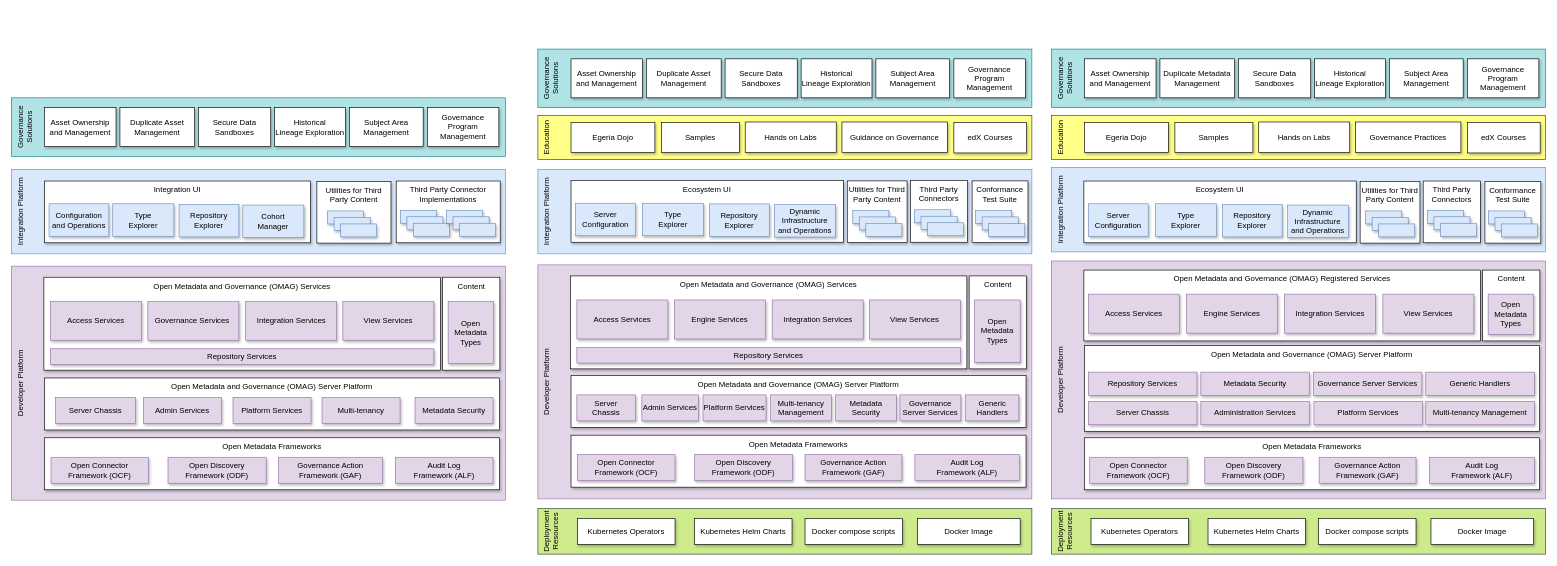
The draw.io diagram page "functional-organization" (4 of 24) of site/docs/release-notes/egeria-status.drawio in odpi/egeria-docs, before the edit. Source tidied: cells renumbered, new cells numbered last; positions are measured from the earlier drawing's top-left corner, leaving out a move shared by most shapes. Both pictures are drawn from the tidied source at 65%, with x=0, y=0 at pixel (11, 49).
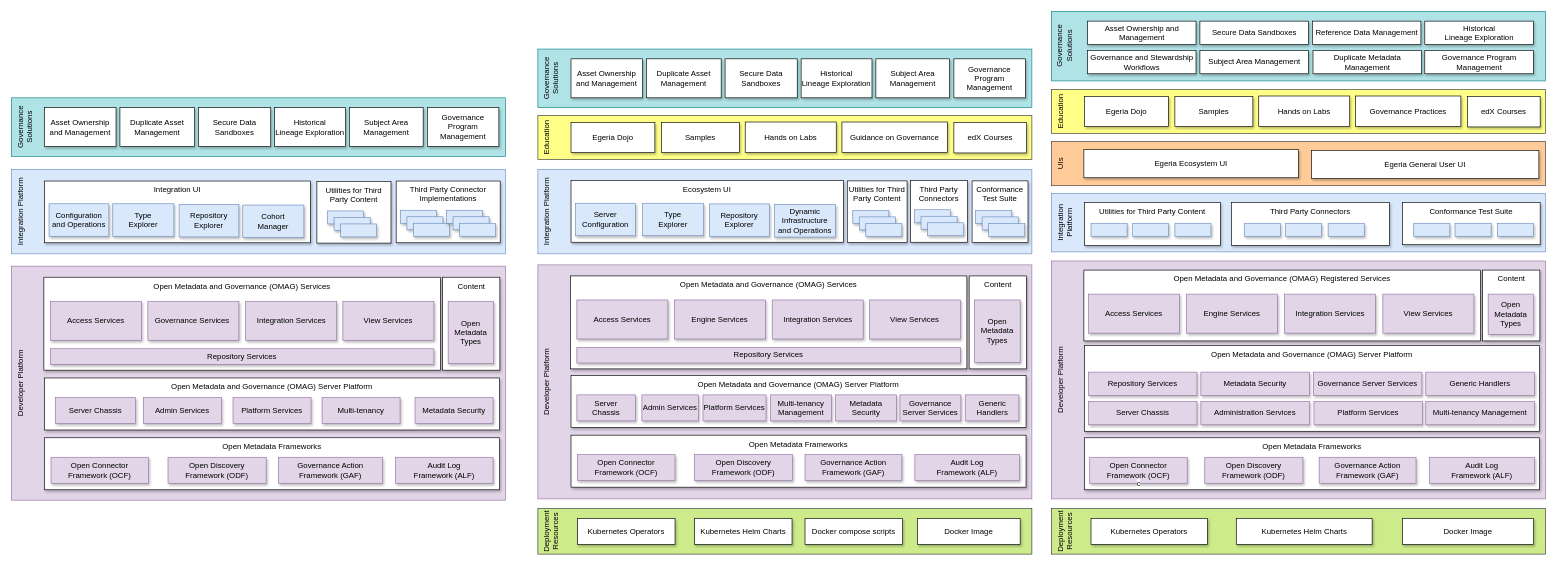
After the change.

The change refers to these unchanged cells:
```xml
<mxCell id="110" value="Open Connector&lt;br&gt;Framework (OCF)" style="rounded=0;whiteSpace=wrap;html=1;align=center;shadow=1;fillColor=#e1d5e7;strokeColor=#9673a6;" parent="1" vertex="1">
  <mxGeometry x="1659" y="628" width="150" height="40" as="geometry" />
</mxCell>
```

The edit, as a diff of the source:
```diff
@@
     <mxCell id="108" value="Education" style="rounded=0;whiteSpace=wrap;html=1;horizontal=0;verticalAlign=top;fillColor=#ffff88;strokeColor=#36393d;" parent="1" vertex="1">
-      <mxGeometry x="1600" y="102" width="760" height="68" as="geometry" />
+      <mxGeometry x="1600" y="62" width="760" height="68" as="geometry" />
     </mxCell>
@@
-    <mxCell id="116" style="edgeStyle=orthogonalEdgeStyle;rounded=0;orthogonalLoop=1;jettySize=auto;html=1;exitX=0.5;exitY=1;exitDx=0;exitDy=0;shadow=1;fillColor=#e1d5e7;strokeColor=#9673a6;" parent="1" edge="1" source="110" target="110">
+    <mxCell id="116" value="c" style="edgeStyle=orthogonalEdgeStyle;rounded=0;orthogonalLoop=1;jettySize=auto;html=1;exitX=0.5;exitY=1;exitDx=0;exitDy=0;shadow=1;fillColor=#e1d5e7;strokeColor=#9673a6;" parent="1" edge="1" source="110" target="110">
       <mxGeometry relative="1" as="geometry" />
     </mxCell>
@@
-    <mxCell id="119" value="Integration Platform" style="rounded=0;whiteSpace=wrap;html=1;horizontal=0;verticalAlign=top;fillColor=#dae8fc;strokeColor=#6c8ebf;" parent="1" vertex="1">
-      <mxGeometry x="1600" y="182" width="760" height="130" as="geometry" />
+    <mxCell id="119" value="Integration&lt;br&gt;Platform" style="rounded=0;whiteSpace=wrap;html=1;horizontal=0;verticalAlign=top;fillColor=#dae8fc;strokeColor=#6c8ebf;" parent="1" vertex="1">
+      <mxGeometry x="1600" y="222" width="760" height="90" as="geometry" />
     </mxCell>
@@
     <mxCell id="124" value="Kubernetes Operators" style="rounded=0;whiteSpace=wrap;html=1;align=center;shadow=1;" parent="1" vertex="1">
-      <mxGeometry x="1661" y="722" width="150" height="40" as="geometry" />
+      <mxGeometry x="1661" y="722" width="179" height="40" as="geometry" />
     </mxCell>
     <mxCell id="125" value="Kubernetes Helm Charts" style="rounded=0;whiteSpace=wrap;html=1;align=center;shadow=1;" parent="1" vertex="1">
-      <mxGeometry x="1841" y="722" width="150" height="40" as="geometry" />
+      <mxGeometry x="1884.5" y="722" width="209" height="40" as="geometry" />
     </mxCell>
     <mxCell id="126" value="Docker Image" style="rounded=0;whiteSpace=wrap;html=1;align=center;shadow=1;" parent="1" vertex="1">
-      <mxGeometry x="2184" y="722" width="158" height="40" as="geometry" />
+      <mxGeometry x="2140" y="722" width="202" height="40" as="geometry" />
     </mxCell>
-    <mxCell id="127" value="Docker compose scripts" style="rounded=0;whiteSpace=wrap;html=1;align=center;shadow=1;" parent="1" vertex="1">
-      <mxGeometry x="2011" y="722" width="150" height="40" as="geometry" />
-    </mxCell>
     <mxCell id="128" value="Governance Solutions" style="rounded=0;whiteSpace=wrap;html=1;horizontal=0;verticalAlign=top;fillColor=#b0e3e6;strokeColor=#0e8088;" parent="1" vertex="1">
-      <mxGeometry x="1600" width="760" height="90" as="geometry" />
+      <mxGeometry x="1600" y="-58" width="760" height="107" as="geometry" />
     </mxCell>
-    <mxCell id="129" value="Duplicate Metadata Management" style="rounded=0;whiteSpace=wrap;html=1;align=center;flipH=0;shadow=1;" parent="1" vertex="1">
-      <mxGeometry x="1767" y="15" width="115" height="60" as="geometry" />
-    </mxCell>
-    <mxCell id="130" value="Asset Ownership and Management" style="rounded=0;whiteSpace=wrap;html=1;align=center;flipH=0;shadow=1;" parent="1" vertex="1">
-      <mxGeometry x="1651" y="15" width="110" height="60" as="geometry" />
-    </mxCell>
-    <mxCell id="131" value="Historical&lt;br&gt;Lineage Exploration" style="rounded=0;whiteSpace=wrap;html=1;align=center;flipH=0;shadow=1;" parent="1" vertex="1">
-      <mxGeometry x="2005" y="15" width="109" height="60" as="geometry" />
-    </mxCell>
-    <mxCell id="132" value="Subject Area Management" style="rounded=0;whiteSpace=wrap;html=1;align=center;flipH=0;shadow=1;" parent="1" vertex="1">
-      <mxGeometry x="2120" y="15" width="113.5" height="60" as="geometry" />
-    </mxCell>
-    <mxCell id="133" value="Governance Program Management" style="rounded=0;whiteSpace=wrap;html=1;align=center;flipH=0;shadow=1;" parent="1" vertex="1">
-      <mxGeometry x="2240" y="15" width="110" height="60" as="geometry" />
-    </mxCell>
-    <mxCell id="134" value="Secure Data Sandboxes" style="rounded=0;whiteSpace=wrap;html=1;align=center;flipH=0;shadow=1;" parent="1" vertex="1">
-      <mxGeometry x="1888" y="15" width="111" height="60" as="geometry" />
-    </mxCell>
     <mxCell id="135" value="Hands on Labs" style="rounded=0;whiteSpace=wrap;html=1;align=center;flipH=0;shadow=1;" parent="1" vertex="1">
-      <mxGeometry x="1919" y="112.2" width="140" height="47" as="geometry" />
+      <mxGeometry x="1919" y="72.2" width="140" height="47" as="geometry" />
     </mxCell>
     <mxCell id="136" value="Egeria Dojo" style="rounded=0;whiteSpace=wrap;html=1;align=center;flipH=0;shadow=1;" parent="1" vertex="1">
-      <mxGeometry x="1651" y="113.2" width="129" height="46" as="geometry" />
+      <mxGeometry x="1651" y="73.2" width="129" height="46" as="geometry" />
     </mxCell>
     <mxCell id="137" value="Governance Practices" style="rounded=0;whiteSpace=wrap;html=1;align=center;flipH=0;shadow=1;" parent="1" vertex="1">
-      <mxGeometry x="2067.8" y="112.2" width="162.2" height="47" as="geometry" />
+      <mxGeometry x="2067.8" y="72.2" width="162.2" height="47" as="geometry" />
     </mxCell>
     <mxCell id="138" value="edX Courses" style="rounded=0;whiteSpace=wrap;html=1;align=center;flipH=0;shadow=1;" parent="1" vertex="1">
-      <mxGeometry x="2240" y="112.8" width="112" height="47" as="geometry" />
+      <mxGeometry x="2240" y="72.8" width="112" height="47" as="geometry" />
     </mxCell>
     <mxCell id="139" value="Samples" style="rounded=0;whiteSpace=wrap;html=1;align=center;flipH=0;shadow=1;" parent="1" vertex="1">
-      <mxGeometry x="1790" y="113.2" width="120" height="46" as="geometry" />
+      <mxGeometry x="1790" y="73.2" width="120" height="46" as="geometry" />
     </mxCell>
-    <mxCell id="140" value="Ecosystem UI" style="rounded=0;whiteSpace=wrap;html=1;align=center;verticalAlign=top;shadow=1;" parent="1" vertex="1">
-      <mxGeometry x="1650" y="203" width="419" height="95" as="geometry" />
-    </mxCell>
-    <mxCell id="141" value="Third Party&lt;br&gt;Connectors" style="rounded=0;whiteSpace=wrap;html=1;align=center;verticalAlign=top;shadow=1;" parent="1" vertex="1">
-      <mxGeometry x="2172" y="203" width="88" height="95" as="geometry" />
+    <mxCell id="141" value="Third Party Connectors" style="rounded=0;whiteSpace=wrap;html=1;align=center;verticalAlign=top;shadow=1;" parent="1" vertex="1">
+      <mxGeometry x="1877" y="235.8" width="243" height="66.2" as="geometry" />
     </mxCell>
-    <mxCell id="142" value="Repository&lt;br&gt;Explorer" style="rounded=0;whiteSpace=wrap;html=1;align=center;fillColor=#dae8fc;strokeColor=#6c8ebf;shadow=1;" parent="1" vertex="1">
-      <mxGeometry x="1863" y="239" width="92" height="50" as="geometry" />
-    </mxCell>
-    <mxCell id="143" value="Type&lt;br&gt;Explorer" style="rounded=0;whiteSpace=wrap;html=1;align=center;fillColor=#dae8fc;strokeColor=#6c8ebf;shadow=1;" parent="1" vertex="1">
-      <mxGeometry x="1760" y="238" width="94" height="50" as="geometry" />
-    </mxCell>
-    <mxCell id="144" value="Dynamic&lt;br&gt;Infrastructure and Operations" style="rounded=0;whiteSpace=wrap;html=1;align=center;fillColor=#dae8fc;strokeColor=#6c8ebf;shadow=1;" parent="1" vertex="1">
-      <mxGeometry x="1963" y="240" width="94" height="50" as="geometry" />
-    </mxCell>
-    <mxCell id="145" style="rounded=0;whiteSpace=wrap;html=1;align=center;fillColor=#dae8fc;strokeColor=#6c8ebf;shadow=1;" parent="1" vertex="1">
-      <mxGeometry x="2178.5" y="248" width="55.5" height="20" as="geometry" />
-    </mxCell>
-    <mxCell id="146" style="rounded=0;whiteSpace=wrap;html=1;align=center;fillColor=#dae8fc;strokeColor=#6c8ebf;shadow=1;" parent="1" vertex="1">
-      <mxGeometry x="2188.5" y="258" width="55.5" height="20" as="geometry" />
-    </mxCell>
-    <mxCell id="147" style="rounded=0;whiteSpace=wrap;html=1;align=center;fillColor=#dae8fc;strokeColor=#6c8ebf;shadow=1;" parent="1" vertex="1">
-      <mxGeometry x="2198.5" y="268" width="55.5" height="20" as="geometry" />
-    </mxCell>
-    <mxCell id="148" value="Server&lt;br&gt;Configuration" style="rounded=0;whiteSpace=wrap;html=1;align=center;fillColor=#dae8fc;strokeColor=#6c8ebf;shadow=1;" parent="1" vertex="1">
-      <mxGeometry x="1657" y="238" width="92" height="50" as="geometry" />
-    </mxCell>
     <mxCell id="149" value="Utilities for Third Party Content" style="rounded=0;whiteSpace=wrap;html=1;align=center;verticalAlign=top;shadow=1;" parent="1" vertex="1">
-      <mxGeometry x="2075" y="203.5" width="92" height="95" as="geometry" />
+      <mxGeometry x="1651" y="235.8" width="209" height="66.5" as="geometry" />
     </mxCell>
     <mxCell id="150" style="rounded=0;whiteSpace=wrap;html=1;align=center;fillColor=#dae8fc;strokeColor=#6c8ebf;shadow=1;" parent="1" vertex="1">
-      <mxGeometry x="2083.5" y="249" width="55.5" height="20" as="geometry" />
+      <mxGeometry x="1724.5" y="268" width="55.5" height="20" as="geometry" />
     </mxCell>
     <mxCell id="151" style="rounded=0;whiteSpace=wrap;html=1;align=center;fillColor=#dae8fc;strokeColor=#6c8ebf;shadow=1;" parent="1" vertex="1">
-      <mxGeometry x="2093.5" y="259" width="55.5" height="20" as="geometry" />
+      <mxGeometry x="1790" y="268" width="55.5" height="20" as="geometry" />
     </mxCell>
     <mxCell id="152" style="rounded=0;whiteSpace=wrap;html=1;align=center;fillColor=#dae8fc;strokeColor=#6c8ebf;shadow=1;" parent="1" vertex="1">
-      <mxGeometry x="2103.5" y="269" width="55.5" height="20" as="geometry" />
+      <mxGeometry x="1661" y="268" width="55.5" height="20" as="geometry" />
     </mxCell>
-    <mxCell id="153" value="Conformance&lt;br&gt;Test Suite" style="rounded=0;whiteSpace=wrap;html=1;align=center;verticalAlign=top;shadow=1;" parent="1" vertex="1">
-      <mxGeometry x="2267" y="203.5" width="86" height="95" as="geometry" />
+    <mxCell id="153" value="Conformance Test Suite" style="rounded=0;whiteSpace=wrap;html=1;align=center;verticalAlign=top;shadow=1;" parent="1" vertex="1">
+      <mxGeometry x="2140" y="235.8" width="212" height="65.2" as="geometry" />
     </mxCell>
-    <mxCell id="154" style="rounded=0;whiteSpace=wrap;html=1;align=center;fillColor=#dae8fc;strokeColor=#6c8ebf;shadow=1;" parent="1" vertex="1">
-      <mxGeometry x="2272.5" y="249" width="55.5" height="20" as="geometry" />
-    </mxCell>
-    <mxCell id="155" style="rounded=0;whiteSpace=wrap;html=1;align=center;fillColor=#dae8fc;strokeColor=#6c8ebf;shadow=1;" parent="1" vertex="1">
-      <mxGeometry x="2282.5" y="259" width="55.5" height="20" as="geometry" />
-    </mxCell>
-    <mxCell id="156" style="rounded=0;whiteSpace=wrap;html=1;align=center;fillColor=#dae8fc;strokeColor=#6c8ebf;shadow=1;" parent="1" vertex="1">
-      <mxGeometry x="2292.5" y="269" width="55.5" height="20" as="geometry" />
-    </mxCell>
@@
+    <mxCell id="165" value="UIs" style="rounded=0;whiteSpace=wrap;html=1;horizontal=0;verticalAlign=top;fillColor=#ffcc99;strokeColor=#36393d;" parent="1" vertex="1">
+      <mxGeometry x="1600" y="142.2" width="760" height="68" as="geometry" />
+    </mxCell>
+    <mxCell id="140" value="Egeria Ecosystem UI" style="rounded=0;whiteSpace=wrap;html=1;align=center;verticalAlign=middle;shadow=1;" parent="1" vertex="1">
+      <mxGeometry x="1650" y="154.5" width="330" height="43.5" as="geometry" />
+    </mxCell>
+    <mxCell id="166" value="Egeria General User UI" style="rounded=0;whiteSpace=wrap;html=1;align=center;verticalAlign=middle;shadow=1;" parent="1" vertex="1">
+      <mxGeometry x="2000" y="155.8" width="350" height="43.5" as="geometry" />
+    </mxCell>
+    <mxCell id="167" style="rounded=0;whiteSpace=wrap;html=1;align=center;fillColor=#dae8fc;strokeColor=#6c8ebf;shadow=1;" parent="1" vertex="1">
+      <mxGeometry x="1960.2" y="268" width="55.5" height="20" as="geometry" />
+    </mxCell>
+    <mxCell id="168" style="rounded=0;whiteSpace=wrap;html=1;align=center;fillColor=#dae8fc;strokeColor=#6c8ebf;shadow=1;" parent="1" vertex="1">
+      <mxGeometry x="2025.8" y="268" width="55.5" height="20" as="geometry" />
+    </mxCell>
+    <mxCell id="169" style="rounded=0;whiteSpace=wrap;html=1;align=center;fillColor=#dae8fc;strokeColor=#6c8ebf;shadow=1;" parent="1" vertex="1">
+      <mxGeometry x="1896.8" y="268" width="55.5" height="20" as="geometry" />
+    </mxCell>
+    <mxCell id="170" style="rounded=0;whiteSpace=wrap;html=1;align=center;fillColor=#dae8fc;strokeColor=#6c8ebf;shadow=1;" parent="1" vertex="1">
+      <mxGeometry x="2221" y="268" width="55.5" height="20" as="geometry" />
+    </mxCell>
+    <mxCell id="171" style="rounded=0;whiteSpace=wrap;html=1;align=center;fillColor=#dae8fc;strokeColor=#6c8ebf;shadow=1;" parent="1" vertex="1">
+      <mxGeometry x="2286.5" y="268" width="55.5" height="20" as="geometry" />
+    </mxCell>
+    <mxCell id="172" style="rounded=0;whiteSpace=wrap;html=1;align=center;fillColor=#dae8fc;strokeColor=#6c8ebf;shadow=1;" parent="1" vertex="1">
+      <mxGeometry x="2157.5" y="268" width="55.5" height="20" as="geometry" />
+    </mxCell>
+    <mxCell id="173" value="Reference Data Management" style="rounded=0;whiteSpace=wrap;html=1;align=center;shadow=1;" parent="1" vertex="1">
+      <mxGeometry x="2001.5" y="-43" width="167" height="36" as="geometry" />
+    </mxCell>
+    <mxCell id="129" value="Duplicate Metadata Management" style="rounded=0;whiteSpace=wrap;html=1;align=center;shadow=1;" parent="1" vertex="1">
+      <mxGeometry x="2002.5" y="2" width="167" height="36" as="geometry" />
+    </mxCell>
+    <mxCell id="133" value="Governance Program Management" style="rounded=0;whiteSpace=wrap;html=1;align=center;shadow=1;" parent="1" vertex="1">
+      <mxGeometry x="2174.5" y="2" width="167" height="36" as="geometry" />
+    </mxCell>
+    <mxCell id="131" value="Historical&lt;br&gt;Lineage Exploration" style="rounded=0;whiteSpace=wrap;html=1;align=center;shadow=1;" parent="1" vertex="1">
+      <mxGeometry x="2174.5" y="-43" width="167" height="36" as="geometry" />
+    </mxCell>
+    <mxCell id="134" value="Secure Data Sandboxes" style="rounded=0;whiteSpace=wrap;html=1;align=center;shadow=1;" parent="1" vertex="1">
+      <mxGeometry x="1828.5" y="-43" width="167" height="36" as="geometry" />
+    </mxCell>
+    <mxCell id="132" value="Subject Area Management" style="rounded=0;whiteSpace=wrap;html=1;align=center;shadow=1;" parent="1" vertex="1">
+      <mxGeometry x="1828.5" y="2" width="167" height="36" as="geometry" />
+    </mxCell>
+    <mxCell id="174" value="Governance and Stewardship&lt;br&gt;Workflows" style="rounded=0;whiteSpace=wrap;html=1;align=center;shadow=1;" parent="1" vertex="1">
+      <mxGeometry x="1655.5" y="2" width="167" height="36" as="geometry" />
+    </mxCell>
+    <mxCell id="130" value="Asset Ownership and Management" style="rounded=0;whiteSpace=wrap;html=1;align=center;shadow=1;" parent="1" vertex="1">
+      <mxGeometry x="1655.5" y="-43" width="167" height="36" as="geometry" />
+    </mxCell>
```
